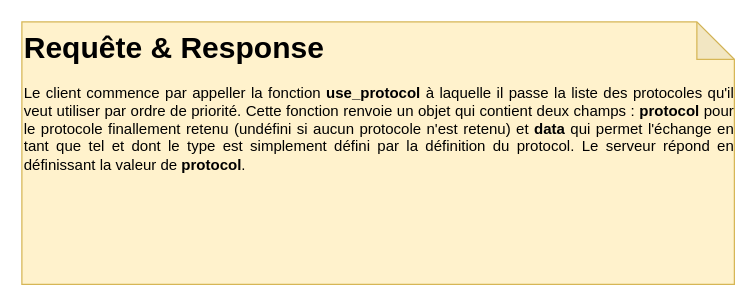
This is page "Request / Response" (4 of 5) of Formal Language.drawio from Oscardoras/Ouverium, a draw.io file, before an edit. Source tidied: cells renumbered, new cells numbered last; positions are measured from the earlier drawing's top-left corner, leaving out a move shared by most shapes. Both pictures are drawn from the tidied source at 125%, with x=0, y=0 at pixel (21, 21).
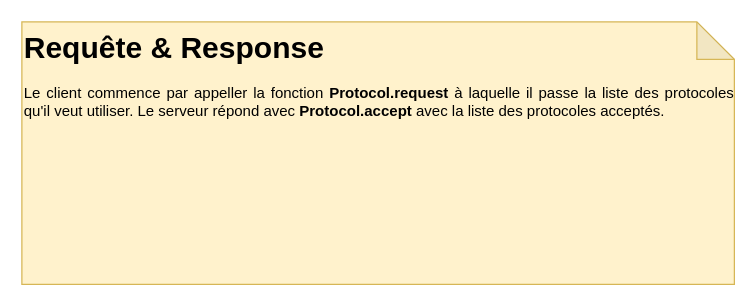
Above is the later version.

The edit, as a diff of the source:
```diff
@@
 <mxGraphModel>
   <root>
     <mxCell id="0" />
     <mxCell id="1" parent="0" />
-    <mxCell id="2" value="&lt;div style=&quot;text-align: justify&quot;&gt;&lt;b style=&quot;font-size: 24px&quot;&gt;Requête &amp;amp; Response&lt;/b&gt;&lt;/div&gt;&lt;div style=&quot;text-align: justify&quot;&gt;&lt;br&gt;&lt;/div&gt;&lt;div style=&quot;text-align: justify&quot;&gt;Le client commence par appeller la fonction &lt;b&gt;use_protocol&lt;/b&gt; à laquelle il passe la liste des protocoles qu'il veut utiliser par ordre de priorité. Cette fonction renvoie un objet qui contient deux champs : &lt;b&gt;protocol&lt;/b&gt; pour le protocole finallement retenu (undéfini si aucun protocole n'est retenu) et &lt;b&gt;data&lt;/b&gt;&amp;nbsp;qui permet l'échange en tant que tel et dont le type est simplement défini par la définition du protocol. Le serveur répond en définissant la valeur de &lt;b&gt;protocol&lt;/b&gt;.&lt;/div&gt;" style="shape=note;whiteSpace=wrap;html=1;backgroundOutline=1;darkOpacity=0.05;fillColor=#fff2cc;strokeColor=#d6b656;align=left;verticalAlign=top;fontColor=#000000;" parent="1" vertex="1">
+    <mxCell id="2" value="&lt;div style=&quot;text-align: justify&quot;&gt;&lt;b style=&quot;font-size: 24px&quot;&gt;Requête &amp;amp; Response&lt;/b&gt;&lt;/div&gt;&lt;div style=&quot;text-align: justify&quot;&gt;&lt;br&gt;&lt;/div&gt;&lt;div style=&quot;text-align: justify&quot;&gt;Le client commence par appeller la fonction &lt;b&gt;Protocol.request&lt;/b&gt; à laquelle il passe la liste des protocoles qu'il veut utiliser. Le serveur répond avec &lt;b&gt;Protocol.accept&lt;/b&gt;&amp;nbsp;avec la liste des protocoles acceptés.&lt;/div&gt;" style="shape=note;whiteSpace=wrap;html=1;backgroundOutline=1;darkOpacity=0.05;fillColor=#fff2cc;strokeColor=#d6b656;align=left;verticalAlign=top;fontColor=#000000;" parent="1" vertex="1">
       <mxGeometry width="570" height="210" as="geometry" />
     </mxCell>
   </root>
 </mxGraphModel>
```
